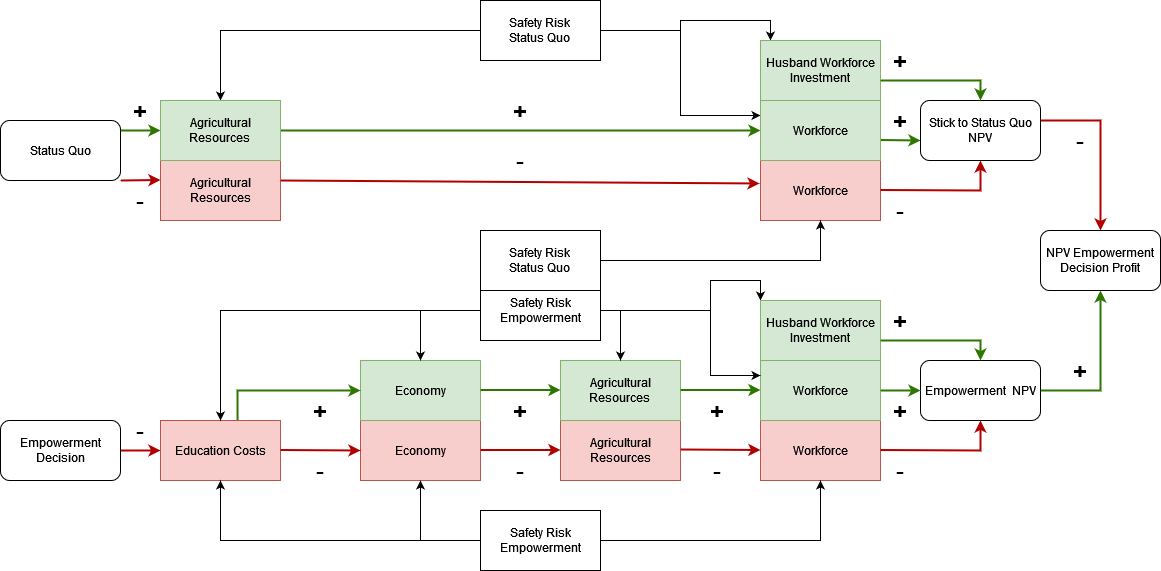
Earlier version of the draw.io export www/impact_pathway-status-quo.png (AlexandraKrause/Femiaculture). Source tidied: cells renumbered, new cells last; positions are measured from the earlier drawing's top-left corner, leaving out a move shared by most shapes.
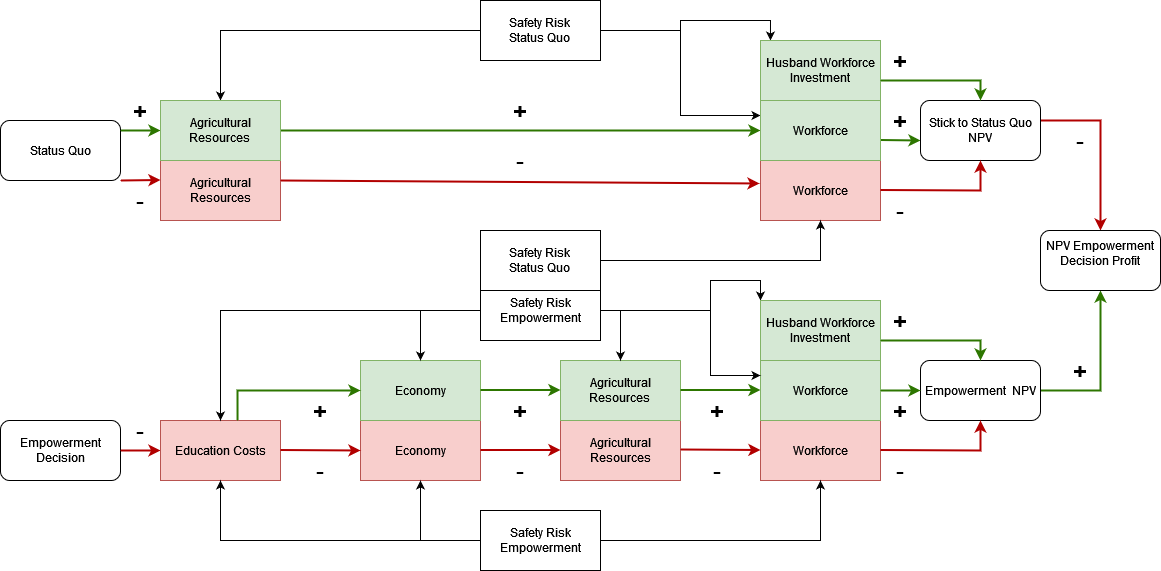
The same diagram one commit later.

The edit, as a diff of the source:
```diff
@@ -302,7 +302,7 @@
     <mxCell id="70" value="&lt;font style=&quot;font-size: 24px;&quot;&gt;-&lt;/font&gt;" style="text;html=1;strokeColor=none;fillColor=none;align=center;verticalAlign=middle;whiteSpace=wrap;rounded=0;" parent="1" vertex="1">
       <mxGeometry x="890" y="200" width="20" height="20" as="geometry" />
     </mxCell>
-    <mxCell id="71" value="&lt;div&gt;&lt;br&gt;&lt;/div&gt;&lt;div&gt;NPV Empowerment Decision Profit&lt;/div&gt;&lt;div&gt;&lt;br&gt;&lt;/div&gt;" style="rounded=1;whiteSpace=wrap;html=1;" parent="1" vertex="1">
+    <mxCell id="71" value="&lt;div&gt;NPV Empowerment Decision Profit&lt;/div&gt;&lt;div&gt;&lt;br&gt;&lt;/div&gt;" style="rounded=1;whiteSpace=wrap;html=1;" parent="1" vertex="1">
       <mxGeometry x="1040" y="230" width="120" height="60" as="geometry" />
     </mxCell>
     <mxCell id="72" value="&lt;font style=&quot;font-size: 24px;&quot;&gt;&lt;b&gt;+&lt;/b&gt;&lt;/font&gt;" style="text;html=1;strokeColor=none;fillColor=none;align=center;verticalAlign=middle;whiteSpace=wrap;rounded=0;" parent="1" vertex="1">
```
